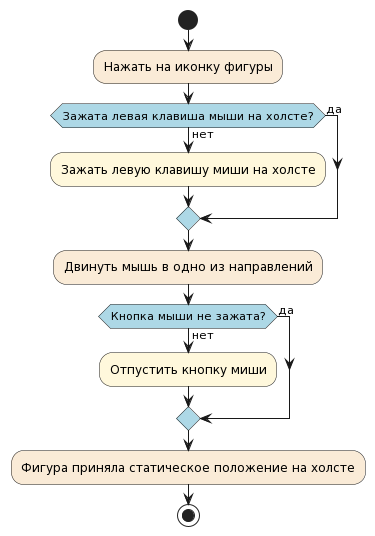
Above: diagrams/activity1.png in UnVeh/reposit (PlantUML), before the change.
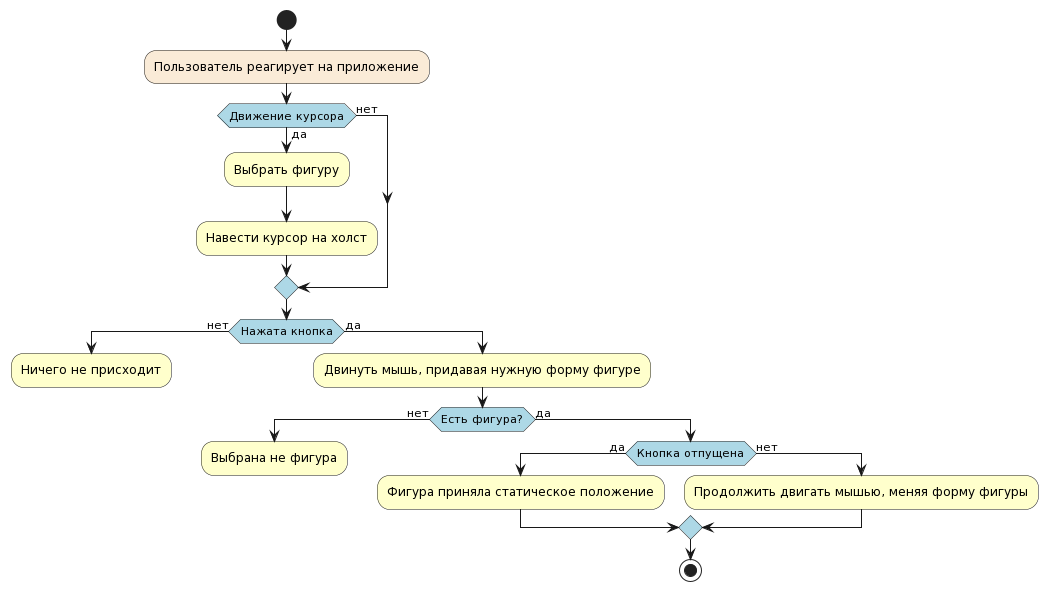
After the change.

The edit, as a diff of the source:
```diff
@@ -3,17 +3,28 @@
     DiamondBackgroundColor LightBlue
 }
 start
+#AntiqueWhite:Пользователь реагирует на приложение;
+if (Движение курсора) then (да)
+#Business:Выбрать фигуру;
+#Business:Навести курсор на холст;
+else (нет)
+endif
+    if (Нажата кнопка) then (нет)
+    #Business:Ничего не присходит;
+    kill
+    else (да)
+    #Business:Двинуть мышь, придавая нужную форму фигуре;
+        if (Есть фигура?) then (нет)
+        #Business:Выбрана не фигура;
+        kill
 
-#AntiqueWhite:Нажать на иконку фигуры;
-if (Зажата левая клавиша мыши на холсте?) then (да)
-else (нет)
-#Cornsilk:Зажать левую клавишу миши на холсте;
+        else (да)
+
+        if (Кнопка отпущена) then (да)
+        #Business:Фигура приняла статическое положение;
+        else (нет)
+        #Business:Продолжить двигать мышью, меняя форму фигуры;
+
 endif
-#AntiqueWhite:Двинуть мышь в одно из направлений;
-if (Кнопка мыши не зажата?) then (да)
-else (нет)
-#Cornsilk:Отпустить кнопку миши;
-endif
-#AntiqueWhite:Фигура приняла статическое положение на холсте;
 stop
 @enduml
```
